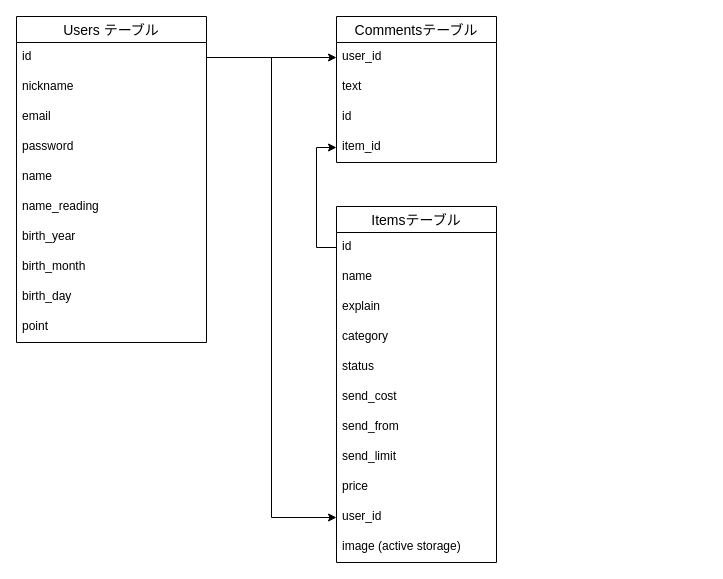
This is database.dio from runba3011/furima-36728, a draw.io file, before an edit. Source tidied: cells renumbered, new cells numbered last; positions are measured from the earlier drawing's top-left corner, leaving out a move shared by most shapes. Both pictures are drawn from the tidied source at 100%, with x=0, y=0 at pixel (16, 16).
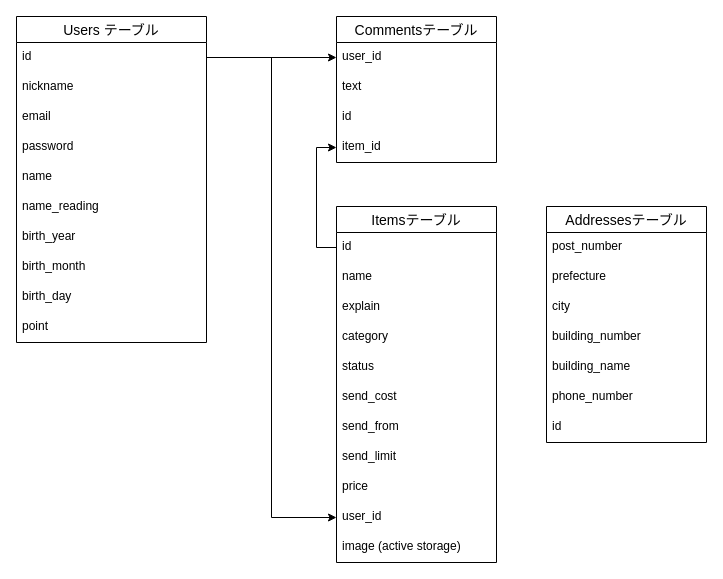
After the change.

Change to the diagram source:
```diff
@@
+    <mxCell id="33" value="Addressesテーブル" style="swimlane;fontStyle=0;horizontal=1;startSize=26;align=center;fontSize=14;" parent="1" vertex="1">
+      <mxGeometry x="530" y="190" width="160" height="236" as="geometry" />
+    </mxCell>
+    <mxCell id="34" value="post_number   " style="text;strokeColor=none;fillColor=none;spacingLeft=4;spacingRight=4;overflow=hidden;fontSize=12;" parent="33" vertex="1">
+      <mxGeometry y="26" width="160" height="30" as="geometry" />
+    </mxCell>
+    <mxCell id="35" value="prefecture" style="text;strokeColor=none;fillColor=none;spacingLeft=4;spacingRight=4;overflow=hidden;fontSize=12;" parent="33" vertex="1">
+      <mxGeometry y="56" width="160" height="30" as="geometry" />
+    </mxCell>
+    <mxCell id="36" value="city" style="text;strokeColor=none;fillColor=none;spacingLeft=4;spacingRight=4;overflow=hidden;fontSize=12;" parent="33" vertex="1">
+      <mxGeometry y="86" width="160" height="30" as="geometry" />
+    </mxCell>
+    <mxCell id="37" value="building_number" style="text;strokeColor=none;fillColor=none;spacingLeft=4;spacingRight=4;overflow=hidden;fontSize=12;" parent="33" vertex="1">
+      <mxGeometry y="116" width="160" height="30" as="geometry" />
+    </mxCell>
+    <mxCell id="38" value="building_name" style="text;strokeColor=none;fillColor=none;spacingLeft=4;spacingRight=4;overflow=hidden;fontSize=12;" parent="33" vertex="1">
+      <mxGeometry y="146" width="160" height="30" as="geometry" />
+    </mxCell>
+    <mxCell id="39" value="phone_number" style="text;strokeColor=none;fillColor=none;spacingLeft=4;spacingRight=4;overflow=hidden;fontSize=12;" parent="33" vertex="1">
+      <mxGeometry y="176" width="160" height="30" as="geometry" />
+    </mxCell>
+    <mxCell id="40" value="id" style="text;strokeColor=none;fillColor=none;spacingLeft=4;spacingRight=4;overflow=hidden;fontSize=12;" parent="33" vertex="1">
+      <mxGeometry y="206" width="160" height="30" as="geometry" />
+    </mxCell>
```
